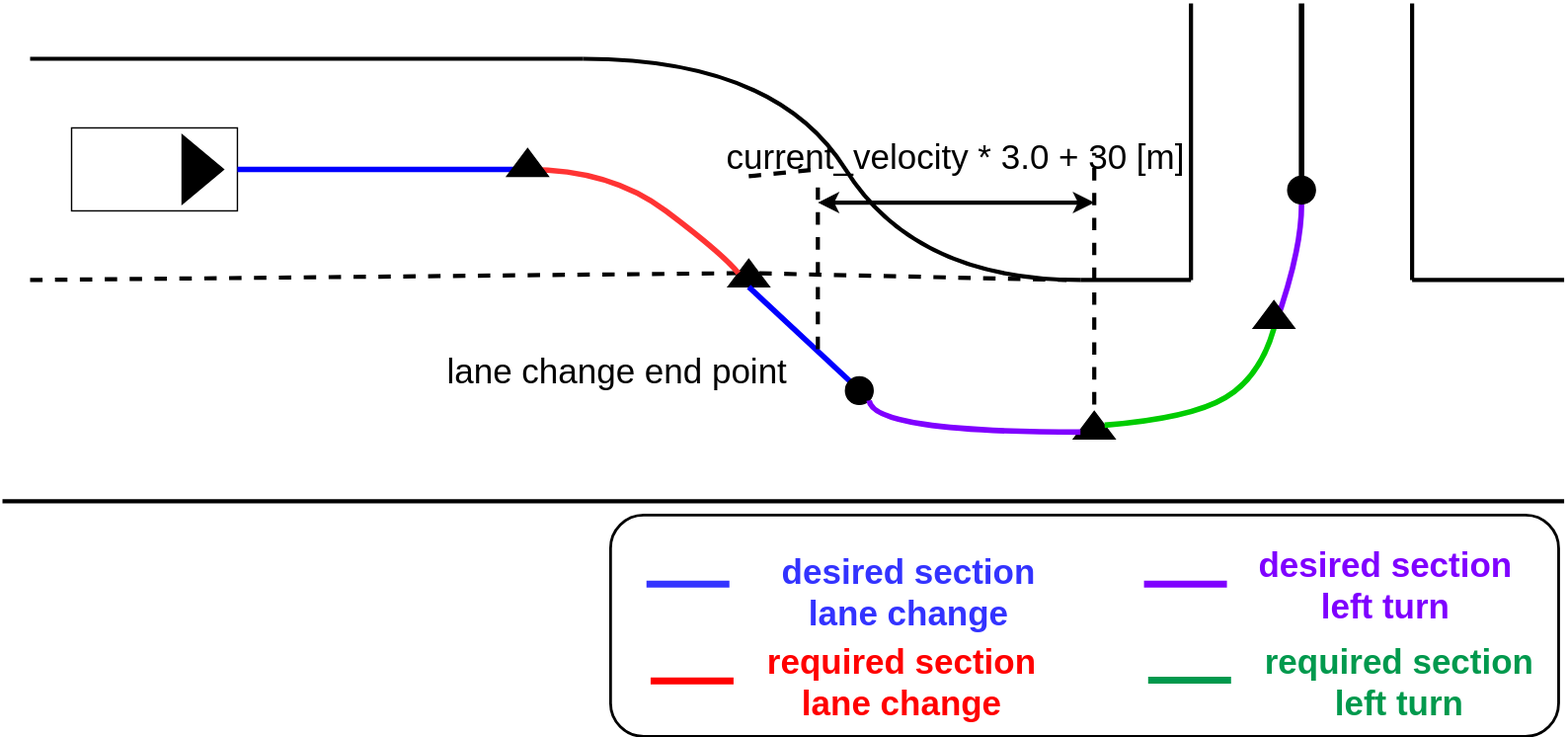
Above: pr-2023/planning/behavior_path_planner/image/turn_signal_decider/lane_change_and_turn.drawio.svg in leo-drive/avte.autoware_universe (draw.io), before the change. Source tidied: cells renumbered, new cells last; positions are measured from the earlier drawing's top-left corner, leaving out a move shared by most shapes.
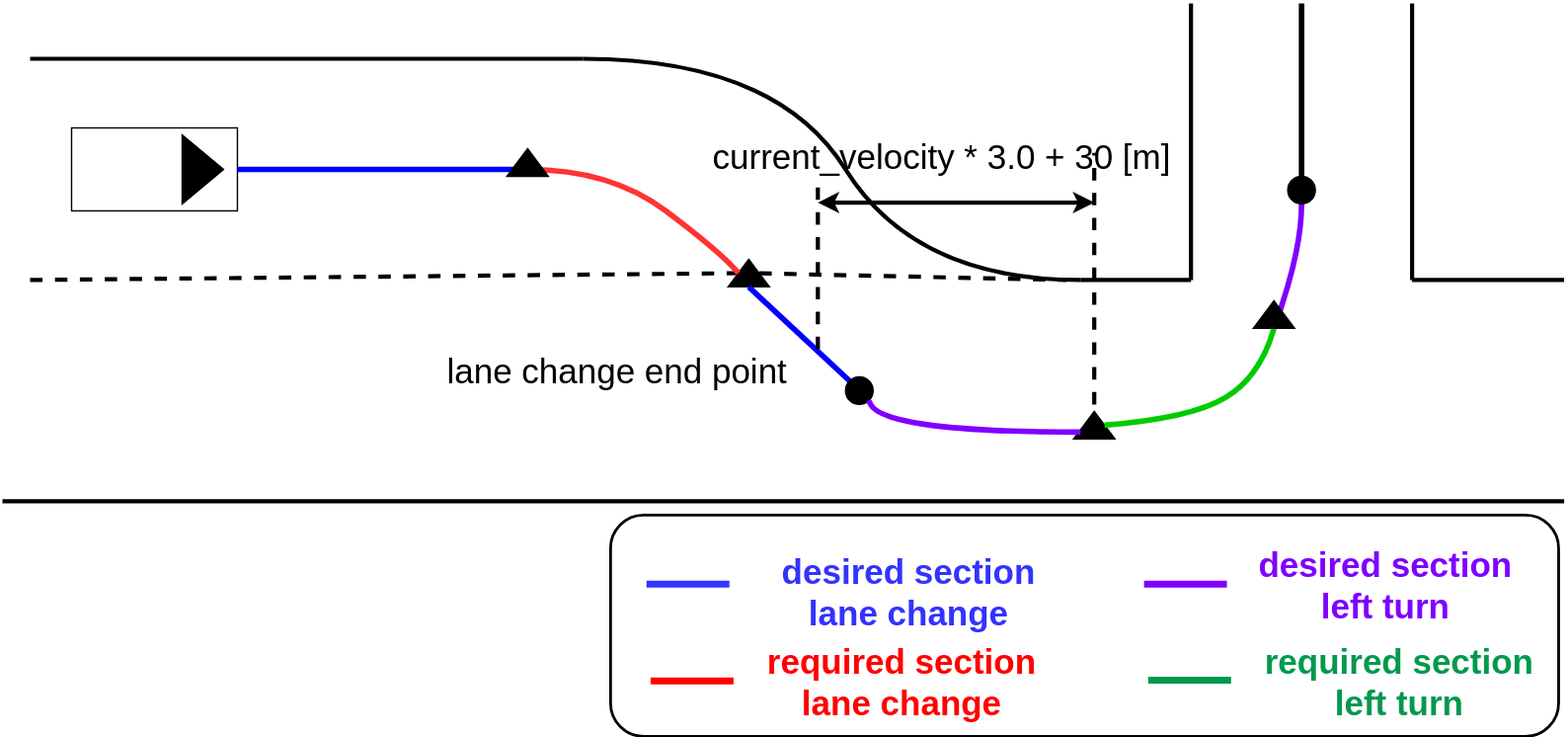
Above is the later version.

Commit message:
Deployed bef33dd0c to pr-2023 with MkDocs 1.4.0 and mike 1.2.0.dev0

What changed in the source:
```diff
@@ -175,11 +175,6 @@
     <mxCell id="35" style="triangle;whiteSpace=wrap;html=1;fillColor=#000000;rotation=-90;" parent="1" vertex="1">
       <mxGeometry x="370" y="100" width="20" height="30" as="geometry" />
     </mxCell>
-    <mxCell id="36" style="endArrow=none;html=1;rounded=0;strokeColor=#000000;strokeWidth=3;dashed=1;startArrow=none;" parent="1" edge="1" source="39">
-      <mxGeometry relative="1" as="geometry">
-        <mxPoint x="590" y="120" as="targetPoint" />
-      </mxGeometry>
-    </mxCell>
     <mxCell id="37" style="endArrow=none;html=1;rounded=0;strokeColor=#000000;strokeWidth=3;dashed=1;" parent="1" edge="1">
       <mxGeometry relative="1" as="geometry">
         <mxPoint x="790" y="290" as="sourcePoint" />
@@ -193,7 +188,7 @@
       </mxGeometry>
     </mxCell>
     <mxCell id="39" value="&lt;font color=&quot;#000000&quot;&gt;current_velocity * 3.0 + 30 [m]&lt;/font&gt;" style="text;html=1;strokeColor=none;fillColor=none;align=center;verticalAlign=middle;whiteSpace=wrap;rounded=0;fontSize=25;fontColor=#FF0000;" parent="1" vertex="1">
-      <mxGeometry x="500" y="95" width="380" height="30" as="geometry" />
+      <mxGeometry x="490" y="95" width="380" height="30" as="geometry" />
     </mxCell>
     <mxCell id="40" style="endArrow=none;html=1;rounded=0;strokeColor=#000000;strokeWidth=3;dashed=1;" parent="1" edge="1">
       <mxGeometry relative="1" as="geometry">
```
